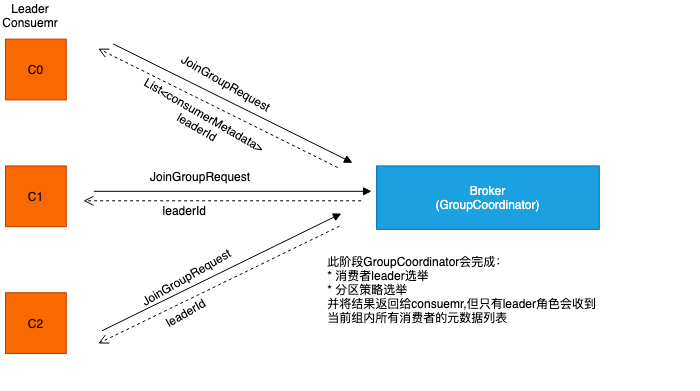
Above: com.guann1n9.diagrams/kakfa/join group.png in GuanN1ng/diagrams (draw.io), before the change. Source tidied: cells renumbered, new cells last; positions are measured from the earlier drawing's top-left corner, leaving out a move shared by most shapes.
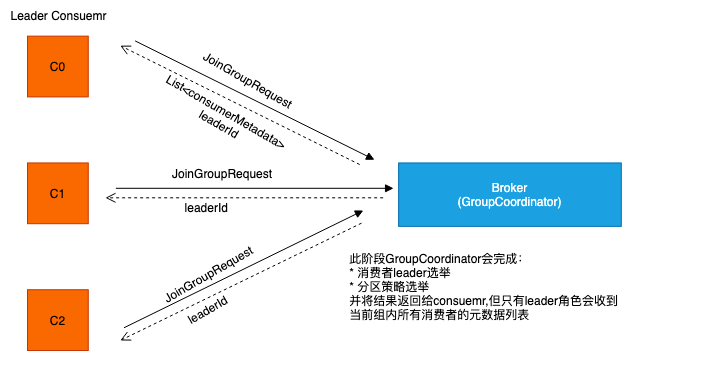
Later version of the same file.

The edit, as a diff of the source:
```diff
@@ -92,8 +92,8 @@
     <mxCell id="25" value="此阶段GroupCoordinator会完成：&#10;* 消费者leader选举&#10;* 分区策略选举&#10;并将结果返回给consuemr,但只有leader角色会收到&#10;当前组内所有消费者的元数据列表" style="text;strokeColor=none;fillColor=none;spacingLeft=4;spacingRight=4;overflow=hidden;fontSize=12;rounded=0;glass=0;sketch=0;fontFamily=Helvetica;opacity=90;spacing=1;" parent="2" vertex="1">
       <mxGeometry x="317.3" y="233.4" width="376.7" height="98.3" as="geometry" />
     </mxCell>
-    <mxCell id="26" value="Leader Consuemr" style="text;html=1;strokeColor=none;fillColor=none;align=center;verticalAlign=middle;whiteSpace=wrap;rounded=0;fontSize=12;fontFamily=Helvetica;" parent="1" vertex="1">
-      <mxGeometry width="60" height="30" as="geometry" />
+    <mxCell id="26" value="Leader Consuemr" style="text;html=1;strokeColor=none;fillColor=none;align=center;verticalAlign=middle;whiteSpace=wrap;rounded=0;fontSize=12;fontFamily=Helvetica;" parent="2" vertex="1">
+      <mxGeometry x="-27" y="-13" width="117" height="30" as="geometry" />
     </mxCell>
   </root>
 </mxGraphModel>
```
